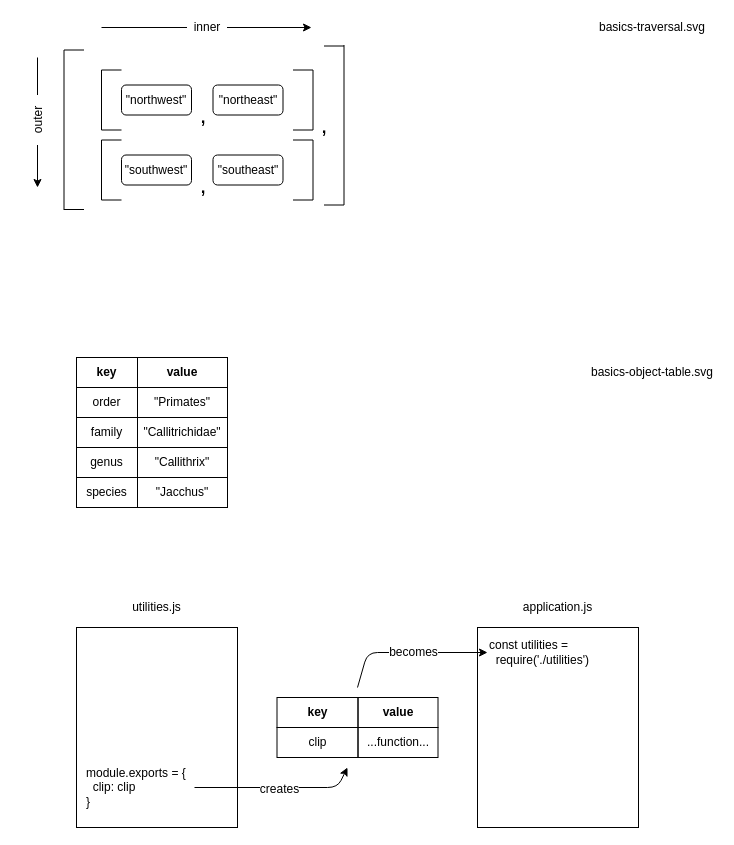
The draw.io diagram drawio/basics.drawio in software-tools-books/js4ds, before the edit. Source tidied: cells renumbered, new cells numbered last; positions are measured from the earlier drawing's top-left corner, leaving out a move shared by most shapes. Both pictures are drawn from the tidied source at 100%, with x=0, y=0 at pixel (12, 17).
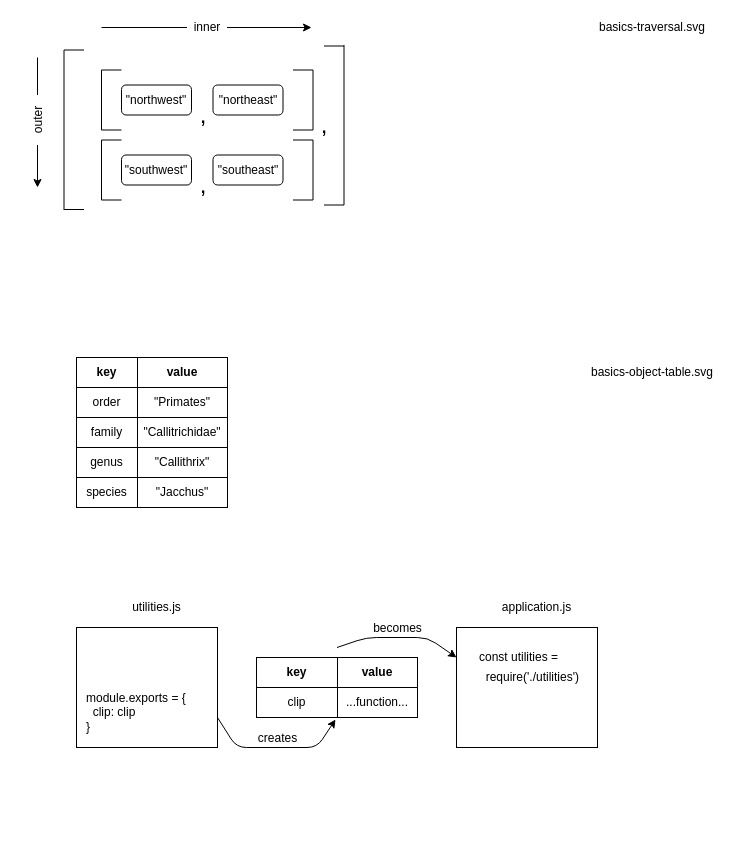
Above is the later version.

Change to the diagram source:
```diff
@@
     <mxCell id="53" style="rounded=0;whiteSpace=wrap;html=1;strokeWidth=1;fillColor=none;align=center;" parent="1" vertex="1">
-      <mxGeometry x="64" y="610" width="161" height="200" as="geometry" />
+      <mxGeometry x="64" y="610" width="141" height="120" as="geometry" />
     </mxCell>
@@
     <mxCell id="55" value="application.js" style="text;html=1;strokeColor=none;fillColor=none;align=center;verticalAlign=middle;whiteSpace=wrap;rounded=0;" parent="1" vertex="1">
-      <mxGeometry x="508" y="580" width="75" height="20" as="geometry" />
+      <mxGeometry x="487" y="580" width="75" height="20" as="geometry" />
     </mxCell>
     <mxCell id="56" value="&lt;div align=&quot;left&quot;&gt;module.exports = {&lt;br&gt;&amp;nbsp; clip: clip&lt;br&gt;}&lt;/div&gt;" style="text;html=1;strokeColor=none;fillColor=none;align=left;verticalAlign=middle;whiteSpace=wrap;rounded=0;" parent="1" vertex="1">
-      <mxGeometry x="72" y="740" width="110" height="60" as="geometry" />
+      <mxGeometry x="72" y="665" width="110" height="60" as="geometry" />
     </mxCell>
     <mxCell id="57" style="rounded=0;whiteSpace=wrap;html=1;strokeWidth=1;fillColor=none;align=center;" parent="1" vertex="1">
-      <mxGeometry x="465" y="610" width="161" height="200" as="geometry" />
+      <mxGeometry x="444" y="610" width="141" height="120" as="geometry" />
     </mxCell>
     <mxCell id="58" value="&lt;b&gt;key&lt;/b&gt;" style="rounded=0;whiteSpace=wrap;html=1;strokeWidth=1;fillColor=none;align=center;" parent="1" vertex="1">
-      <mxGeometry x="264.5" y="680" width="81" height="30" as="geometry" />
+      <mxGeometry x="244" y="640" width="81" height="30" as="geometry" />
     </mxCell>
     <mxCell id="59" value="&lt;b&gt;value&lt;/b&gt;" style="rounded=0;whiteSpace=wrap;html=1;strokeWidth=1;fillColor=none;align=center;" parent="1" vertex="1">
-      <mxGeometry x="345.5" y="680" width="80" height="30" as="geometry" />
+      <mxGeometry x="325" y="640" width="80" height="30" as="geometry" />
     </mxCell>
     <mxCell id="60" value="clip" style="rounded=0;whiteSpace=wrap;html=1;strokeWidth=1;fillColor=none;align=center;" parent="1" vertex="1">
-      <mxGeometry x="264.5" y="710" width="81" height="30" as="geometry" />
+      <mxGeometry x="244" y="670" width="81" height="30" as="geometry" />
     </mxCell>
     <mxCell id="61" value="...function..." style="rounded=0;whiteSpace=wrap;html=1;strokeWidth=1;fillColor=none;align=center;" parent="1" vertex="1">
-      <mxGeometry x="345.5" y="710" width="80" height="30" as="geometry" />
+      <mxGeometry x="325" y="670" width="80" height="30" as="geometry" />
     </mxCell>
-    <mxCell id="62" value="&lt;div&gt;const utilities =&lt;/div&gt;&lt;div&gt;&amp;nbsp; require('./utilities')&lt;/div&gt;" style="text;html=1;strokeColor=none;fillColor=none;align=left;verticalAlign=middle;whiteSpace=wrap;rounded=0;" parent="1" vertex="1">
-      <mxGeometry x="475" y="610" width="120" height="50" as="geometry" />
+    <mxCell id="62" value="&lt;div&gt;const utilities =&lt;/div&gt;" style="text;html=1;strokeColor=none;fillColor=none;align=left;verticalAlign=middle;whiteSpace=wrap;rounded=0;" parent="1" vertex="1">
+      <mxGeometry x="465" y="630" width="120" height="20" as="geometry" />
     </mxCell>
-    <mxCell id="63" style="endArrow=classic;html=1;exitX=1;exitY=0.5;exitDx=0;exitDy=0;" parent="1" edge="1" source="56">
+    <mxCell id="63" style="endArrow=classic;html=1;exitX=1;exitY=0.75;exitDx=0;exitDy=0;entryX=0.975;entryY=1.067;entryDx=0;entryDy=0;entryPerimeter=0;" parent="1" edge="1" source="53" target="60">
       <mxGeometry relative="1" as="geometry">
-        <mxPoint x="335" y="750" as="targetPoint" />
         <Array as="points">
-          <mxPoint x="325" y="770" />
+          <mxPoint x="224" y="730" />
+          <mxPoint x="304.5" y="730" />
         </Array>
       </mxGeometry>
     </mxCell>
     <mxCell id="64" value="creates " style="text;html=1;align=center;verticalAlign=middle;labelBackgroundColor=#ffffff;" parent="63" vertex="1">
-      <mxGeometry x="0.02" y="-1" relative="1" as="geometry" />
+      <mxGeometry x="0.02" y="-1" relative="1" as="geometry">
+        <mxPoint x="0.5" y="-11" as="offset" />
+      </mxGeometry>
     </mxCell>
-    <mxCell id="65" style="endArrow=classic;html=1;entryX=0;entryY=0.5;entryDx=0;entryDy=0;" parent="1" edge="1" target="62">
+    <mxCell id="65" style="endArrow=classic;html=1;entryX=0;entryY=0.25;entryDx=0;entryDy=0;" parent="1" edge="1" target="57">
       <mxGeometry relative="1" as="geometry">
-        <mxPoint x="345" y="670" as="sourcePoint" />
+        <mxPoint x="324.5" y="630" as="sourcePoint" />
         <Array as="points">
-          <mxPoint x="355" y="635" />
+          <mxPoint x="354" y="620" />
+          <mxPoint x="415" y="620" />
         </Array>
       </mxGeometry>
     </mxCell>
     <mxCell id="66" value="becomes" style="text;html=1;align=center;verticalAlign=middle;labelBackgroundColor=#ffffff;" parent="65" vertex="1">
-      <mxGeometry x="0.05" y="1" relative="1" as="geometry" />
+      <mxGeometry x="0.05" y="1" relative="1" as="geometry">
+        <mxPoint x="-5" y="-9" as="offset" />
+      </mxGeometry>
     </mxCell>
+    <mxCell id="67" value="&lt;div&gt;&lt;span&gt;&amp;nbsp; require('./utilities')&lt;/span&gt;&lt;br&gt;&lt;/div&gt;" style="text;html=1;strokeColor=none;fillColor=none;align=left;verticalAlign=middle;whiteSpace=wrap;rounded=0;" parent="1" vertex="1">
+      <mxGeometry x="465" y="650" width="120" height="20" as="geometry" />
+    </mxCell>
```
